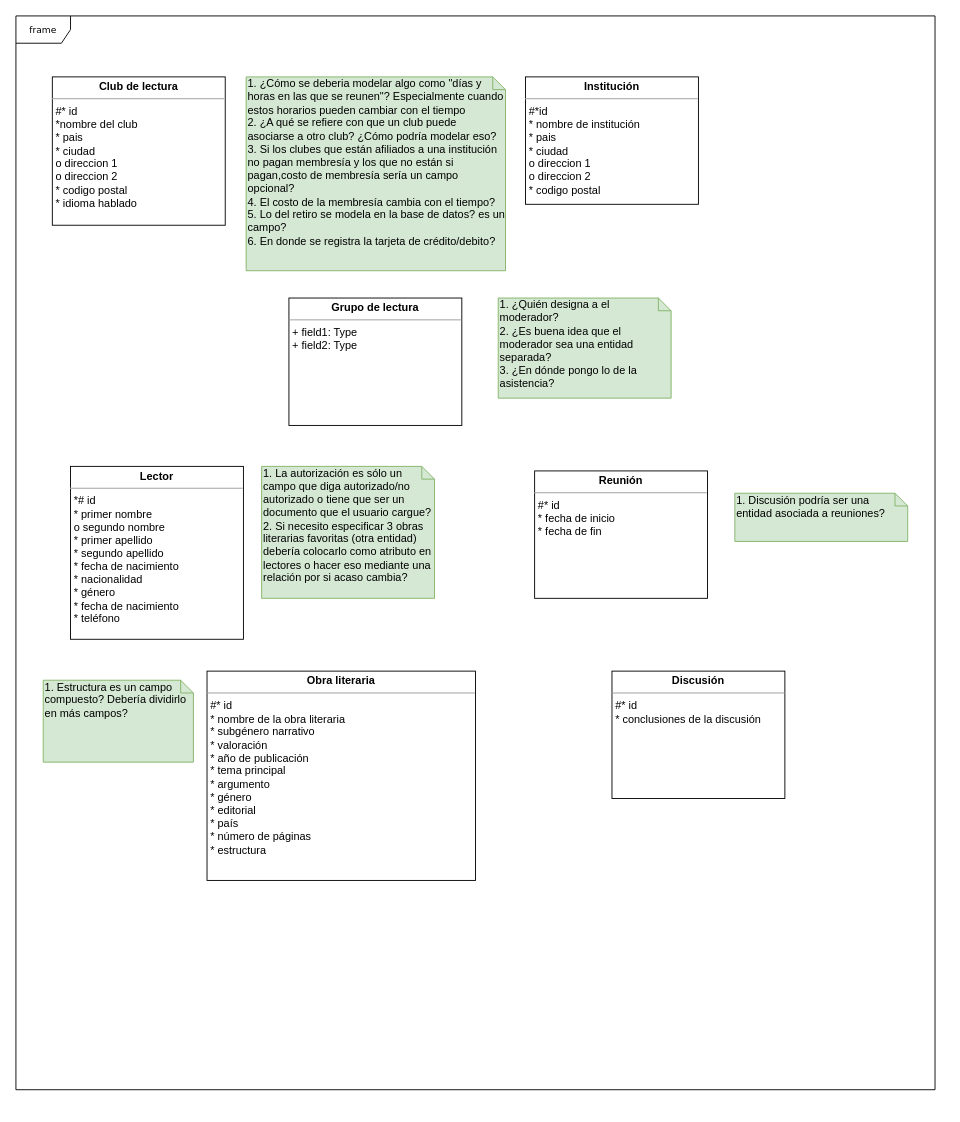
Above: DB I/RC (Pseudo) Data structure.drawio in NeutronBlast/IS-Ex (draw.io), before the change. Source tidied: cells renumbered, new cells numbered last; positions are measured from the earlier drawing's top-left corner, leaving out a move shared by most shapes. Both pictures are drawn from the tidied source at 91%, with x=0, y=0 at pixel (15, 15).
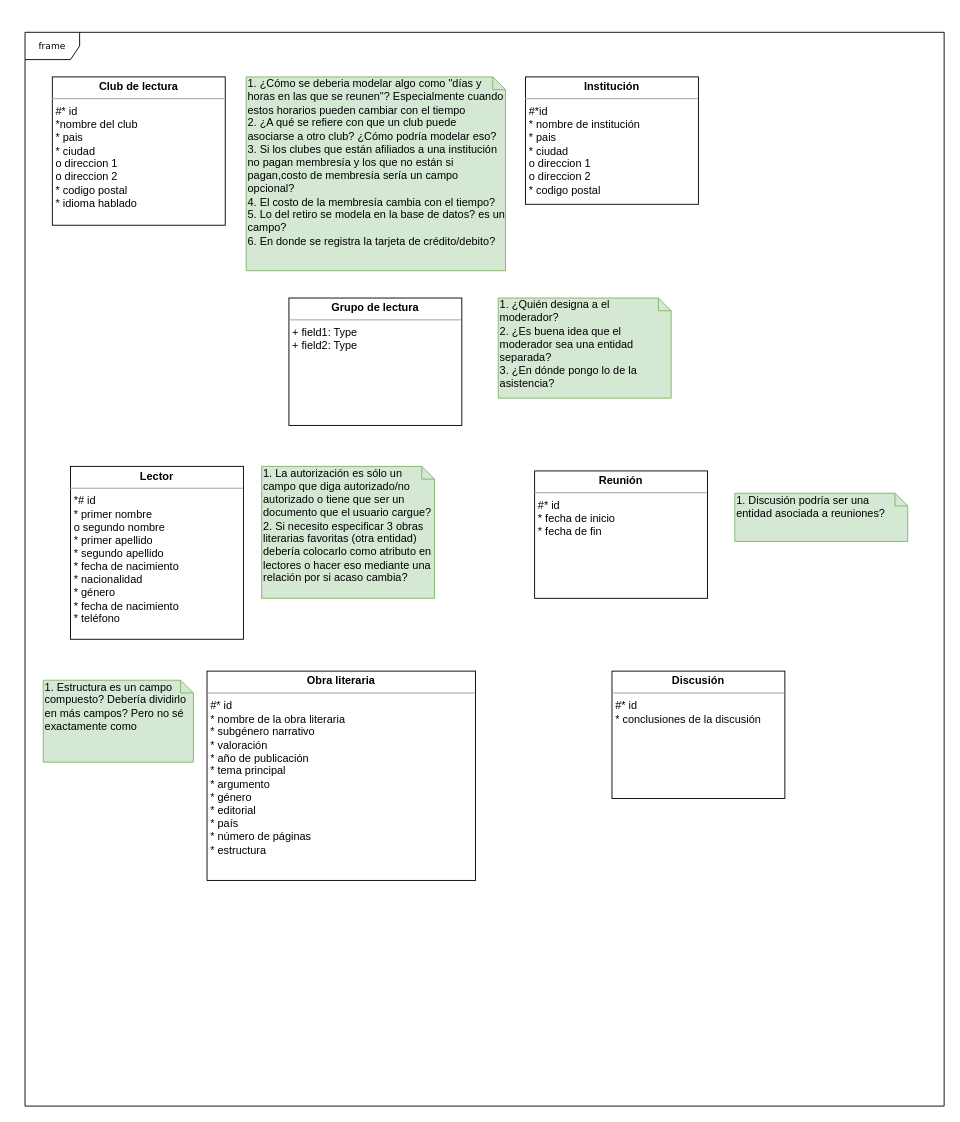
After the change.

Change to the diagram source:
```diff
@@
 <mxGraphModel background="#ffffff">
   <root>
     <mxCell id="0" />
     <mxCell id="1" parent="0" />
     <mxCell id="2" value="frame" style="shape=umlFrame;whiteSpace=wrap;html=1;rounded=0;shadow=0;comic=0;labelBackgroundColor=none;strokeColor=#000000;strokeWidth=1;fillColor=#ffffff;fontFamily=Verdana;fontSize=10;fontColor=#000000;align=center;" parent="1" vertex="1">
-      <mxGeometry width="1010" height="1180" as="geometry" />
+      <mxGeometry x="10" y="18" width="1010" height="1180" as="geometry" />
     </mxCell>
     <mxCell id="3" value="&lt;p style=&quot;margin: 0px ; margin-top: 4px ; text-align: center&quot;&gt;&lt;b&gt;Obra literaria&lt;/b&gt;&lt;/p&gt;&lt;hr size=&quot;1&quot;&gt;&lt;p style=&quot;margin: 0px ; margin-left: 4px&quot;&gt;#* id&lt;/p&gt;&lt;p style=&quot;margin: 0px ; margin-left: 4px&quot;&gt;* nombre de la obra literaria&lt;/p&gt;&lt;p style=&quot;margin: 0px ; margin-left: 4px&quot;&gt;* subgénero narrativo&lt;/p&gt;&lt;p style=&quot;margin: 0px ; margin-left: 4px&quot;&gt;* valoración&lt;/p&gt;&lt;p style=&quot;margin: 0px ; margin-left: 4px&quot;&gt;* año de publicación&lt;/p&gt;&lt;p style=&quot;margin: 0px ; margin-left: 4px&quot;&gt;* tema principal&lt;/p&gt;&lt;p style=&quot;margin: 0px ; margin-left: 4px&quot;&gt;* argumento&lt;/p&gt;&lt;p style=&quot;margin: 0px ; margin-left: 4px&quot;&gt;* género&lt;/p&gt;&lt;p style=&quot;margin: 0px ; margin-left: 4px&quot;&gt;* editorial&lt;/p&gt;&lt;p style=&quot;margin: 0px ; margin-left: 4px&quot;&gt;* país&lt;/p&gt;&lt;p style=&quot;margin: 0px ; margin-left: 4px&quot;&gt;* número de páginas&lt;/p&gt;&lt;p style=&quot;margin: 0px ; margin-left: 4px&quot;&gt;* estructura&lt;/p&gt;" style="verticalAlign=top;align=left;overflow=fill;fontSize=12;fontFamily=Helvetica;html=1;rounded=0;shadow=0;comic=0;labelBackgroundColor=none;strokeColor=#000000;strokeWidth=1;fillColor=#ffffff;" parent="1" vertex="1">
       <mxGeometry x="210" y="720" width="295" height="230" as="geometry" />
     </mxCell>
     <mxCell id="4" value="&lt;p style=&quot;margin: 0px ; margin-top: 4px ; text-align: center&quot;&gt;&lt;b&gt;Institución&lt;/b&gt;&lt;/p&gt;&lt;hr size=&quot;1&quot;&gt;&lt;p style=&quot;margin: 0px ; margin-left: 4px&quot;&gt;#*id&amp;nbsp;&lt;/p&gt;&lt;p style=&quot;margin: 0px ; margin-left: 4px&quot;&gt;* nombre de institución&lt;/p&gt;&lt;p style=&quot;margin: 0px 0px 0px 4px&quot;&gt;* pais&lt;/p&gt;&lt;p style=&quot;margin: 0px 0px 0px 4px&quot;&gt;* ciudad&lt;/p&gt;&lt;p style=&quot;margin: 0px 0px 0px 4px&quot;&gt;o direccion 1&lt;/p&gt;&lt;p style=&quot;margin: 0px 0px 0px 4px&quot;&gt;o direccion 2&lt;/p&gt;&lt;p style=&quot;margin: 0px 0px 0px 4px&quot;&gt;* codigo postal&lt;/p&gt;" style="verticalAlign=top;align=left;overflow=fill;fontSize=12;fontFamily=Helvetica;html=1;rounded=0;shadow=0;comic=0;labelBackgroundColor=none;strokeColor=#000000;strokeWidth=1;fillColor=#ffffff;" parent="1" vertex="1">
       <mxGeometry x="560" y="67" width="190" height="140" as="geometry" />
     </mxCell>
     <mxCell id="5" value="&lt;p style=&quot;margin: 0px ; margin-top: 4px ; text-align: center&quot;&gt;&lt;b&gt;Reunión&lt;/b&gt;&lt;/p&gt;&lt;hr size=&quot;1&quot;&gt;&lt;p style=&quot;margin: 0px ; margin-left: 4px&quot;&gt;#* id&lt;/p&gt;&lt;p style=&quot;margin: 0px ; margin-left: 4px&quot;&gt;* fecha de inicio&lt;/p&gt;&lt;p style=&quot;margin: 0px ; margin-left: 4px&quot;&gt;* fecha de fin&lt;/p&gt;" style="verticalAlign=top;align=left;overflow=fill;fontSize=12;fontFamily=Helvetica;html=1;rounded=0;shadow=0;comic=0;labelBackgroundColor=none;strokeColor=#000000;strokeWidth=1;fillColor=#ffffff;" parent="1" vertex="1">
       <mxGeometry x="570" y="500" width="190" height="140" as="geometry" />
     </mxCell>
     <mxCell id="6" value="&lt;p style=&quot;margin: 0px ; margin-top: 4px ; text-align: center&quot;&gt;&lt;b&gt;Club de lectura&lt;/b&gt;&lt;/p&gt;&lt;hr size=&quot;1&quot;&gt;&lt;p style=&quot;margin: 0px ; margin-left: 4px&quot;&gt;#* id&lt;/p&gt;&lt;p style=&quot;margin: 0px ; margin-left: 4px&quot;&gt;*nombre del club&lt;/p&gt;&lt;p style=&quot;margin: 0px ; margin-left: 4px&quot;&gt;* pais&lt;/p&gt;&lt;p style=&quot;margin: 0px ; margin-left: 4px&quot;&gt;* ciudad&lt;/p&gt;&lt;p style=&quot;margin: 0px ; margin-left: 4px&quot;&gt;o direccion 1&lt;/p&gt;&lt;p style=&quot;margin: 0px ; margin-left: 4px&quot;&gt;o direccion 2&lt;/p&gt;&lt;p style=&quot;margin: 0px ; margin-left: 4px&quot;&gt;* codigo postal&lt;/p&gt;&lt;p style=&quot;margin: 0px ; margin-left: 4px&quot;&gt;* idioma hablado&lt;/p&gt;&lt;p style=&quot;margin: 0px ; margin-left: 4px&quot;&gt;&lt;br&gt;&lt;/p&gt;" style="verticalAlign=top;align=left;overflow=fill;fontSize=12;fontFamily=Helvetica;html=1;rounded=0;shadow=0;comic=0;labelBackgroundColor=none;strokeColor=#000000;strokeWidth=1;fillColor=#ffffff;" parent="1" vertex="1">
       <mxGeometry x="40" y="67" width="190" height="163" as="geometry" />
     </mxCell>
     <mxCell id="7" value="&lt;p style=&quot;margin: 0px ; margin-top: 4px ; text-align: center&quot;&gt;&lt;b&gt;Lector&lt;/b&gt;&lt;/p&gt;&lt;hr size=&quot;1&quot;&gt;&lt;p style=&quot;margin: 0px ; margin-left: 4px&quot;&gt;*# id&lt;/p&gt;&lt;p style=&quot;margin: 0px ; margin-left: 4px&quot;&gt;* primer nombre&lt;/p&gt;&lt;p style=&quot;margin: 0px ; margin-left: 4px&quot;&gt;o segundo nombre&lt;/p&gt;&lt;p style=&quot;margin: 0px ; margin-left: 4px&quot;&gt;* primer apellido&lt;/p&gt;&lt;p style=&quot;margin: 0px ; margin-left: 4px&quot;&gt;* segundo apellido&lt;/p&gt;&lt;p style=&quot;margin: 0px ; margin-left: 4px&quot;&gt;* fecha de nacimiento&lt;/p&gt;&lt;p style=&quot;margin: 0px ; margin-left: 4px&quot;&gt;* nacionalidad&lt;/p&gt;&lt;p style=&quot;margin: 0px ; margin-left: 4px&quot;&gt;* género&lt;/p&gt;&lt;p style=&quot;margin: 0px ; margin-left: 4px&quot;&gt;* fecha de nacimiento&lt;/p&gt;&lt;p style=&quot;margin: 0px ; margin-left: 4px&quot;&gt;* teléfono&lt;/p&gt;" style="verticalAlign=top;align=left;overflow=fill;fontSize=12;fontFamily=Helvetica;html=1;rounded=0;shadow=0;comic=0;labelBackgroundColor=none;strokeColor=#000000;strokeWidth=1;fillColor=#ffffff;" parent="1" vertex="1">
       <mxGeometry x="60" y="495" width="190" height="190" as="geometry" />
     </mxCell>
     <mxCell id="8" value="&lt;p style=&quot;margin: 0px ; margin-top: 4px ; text-align: center&quot;&gt;&lt;b&gt;Grupo de lectura&lt;/b&gt;&lt;/p&gt;&lt;hr size=&quot;1&quot;&gt;&lt;p style=&quot;margin: 0px ; margin-left: 4px&quot;&gt;+ field1: Type&lt;br&gt;+ field2: Type&lt;/p&gt;" style="verticalAlign=top;align=left;overflow=fill;fontSize=12;fontFamily=Helvetica;html=1;rounded=0;shadow=0;comic=0;labelBackgroundColor=none;strokeColor=#000000;strokeWidth=1;fillColor=#ffffff;" parent="1" vertex="1">
       <mxGeometry x="300" y="310" width="190" height="140" as="geometry" />
     </mxCell>
     <mxCell id="9" value="1. ¿Cómo se deberia modelar algo como &quot;días y horas en las que se reunen&quot;? Especialmente cuando estos horarios pueden cambiar con el tiempo&lt;br&gt;2. ¿A qué se refiere con que un club puede asociarse a otro club? ¿Cómo podría modelar eso?&lt;br&gt;3. Si los clubes que están afiliados a una institución no pagan membresía y los que no están si pagan,costo de membresía sería un campo opcional?&lt;br&gt;4. El costo de la membresía cambia con el tiempo?&lt;br&gt;5. Lo del retiro se modela en la base de datos? es un campo?&lt;br&gt;6. En donde se registra la tarjeta de crédito/debito?" style="shape=note;whiteSpace=wrap;html=1;size=14;verticalAlign=top;align=left;spacingTop=-6;fillColor=#d5e8d4;strokeColor=#82b366;" parent="1" vertex="1">
       <mxGeometry x="253" y="67" width="285" height="213" as="geometry" />
     </mxCell>
     <mxCell id="10" value="1. La autorización es sólo un campo que diga autorizado/no autorizado o tiene que ser un documento que el usuario cargue?&lt;br&gt;2. Si necesito especificar 3 obras literarias favoritas (otra entidad) debería colocarlo como atributo en lectores o hacer eso mediante una relación por si acaso cambia?" style="shape=note;whiteSpace=wrap;html=1;size=14;verticalAlign=top;align=left;spacingTop=-6;fillColor=#d5e8d4;strokeColor=#82b366;" parent="1" vertex="1">
       <mxGeometry x="270" y="495" width="190" height="145" as="geometry" />
     </mxCell>
     <mxCell id="11" value="1. ¿Quién designa a el moderador?&lt;br&gt;2. ¿Es buena idea que el moderador sea una entidad separada?&lt;br&gt;3. ¿En dónde pongo lo de la asistencia?" style="shape=note;whiteSpace=wrap;html=1;size=14;verticalAlign=top;align=left;spacingTop=-6;fillColor=#d5e8d4;strokeColor=#82b366;" parent="1" vertex="1">
       <mxGeometry x="530" y="310" width="190" height="110" as="geometry" />
     </mxCell>
     <mxCell id="12" value="1. Discusión podría ser una entidad asociada a reuniones?" style="shape=note;whiteSpace=wrap;html=1;size=14;verticalAlign=top;align=left;spacingTop=-6;fillColor=#d5e8d4;strokeColor=#82b366;" parent="1" vertex="1">
       <mxGeometry x="790" y="524.5" width="190" height="53" as="geometry" />
     </mxCell>
     <mxCell id="13" value="&lt;p style=&quot;margin: 0px ; margin-top: 4px ; text-align: center&quot;&gt;&lt;b&gt;Discusión&lt;/b&gt;&lt;/p&gt;&lt;hr size=&quot;1&quot;&gt;&lt;p style=&quot;margin: 0px ; margin-left: 4px&quot;&gt;#* id&lt;/p&gt;&lt;p style=&quot;margin: 0px ; margin-left: 4px&quot;&gt;* conclusiones de la discusión&lt;/p&gt;" style="verticalAlign=top;align=left;overflow=fill;fontSize=12;fontFamily=Helvetica;html=1;rounded=0;shadow=0;comic=0;labelBackgroundColor=none;strokeColor=#000000;strokeWidth=1;fillColor=#ffffff;" parent="1" vertex="1">
       <mxGeometry x="655" y="720" width="190" height="140" as="geometry" />
     </mxCell>
-    <mxCell id="14" value="1. Estructura es un campo compuesto? Debería dividirlo en más campos?" style="shape=note;whiteSpace=wrap;html=1;size=14;verticalAlign=top;align=left;spacingTop=-6;fillColor=#d5e8d4;strokeColor=#82b366;" parent="1" vertex="1">
+    <mxCell id="14" value="1. Estructura es un campo compuesto? Debería dividirlo en más campos? Pero no sé exactamente como&amp;nbsp;" style="shape=note;whiteSpace=wrap;html=1;size=14;verticalAlign=top;align=left;spacingTop=-6;fillColor=#d5e8d4;strokeColor=#82b366;" parent="1" vertex="1">
       <mxGeometry x="30" y="730" width="165" height="90" as="geometry" />
     </mxCell>
   </root>
 </mxGraphModel>
```
